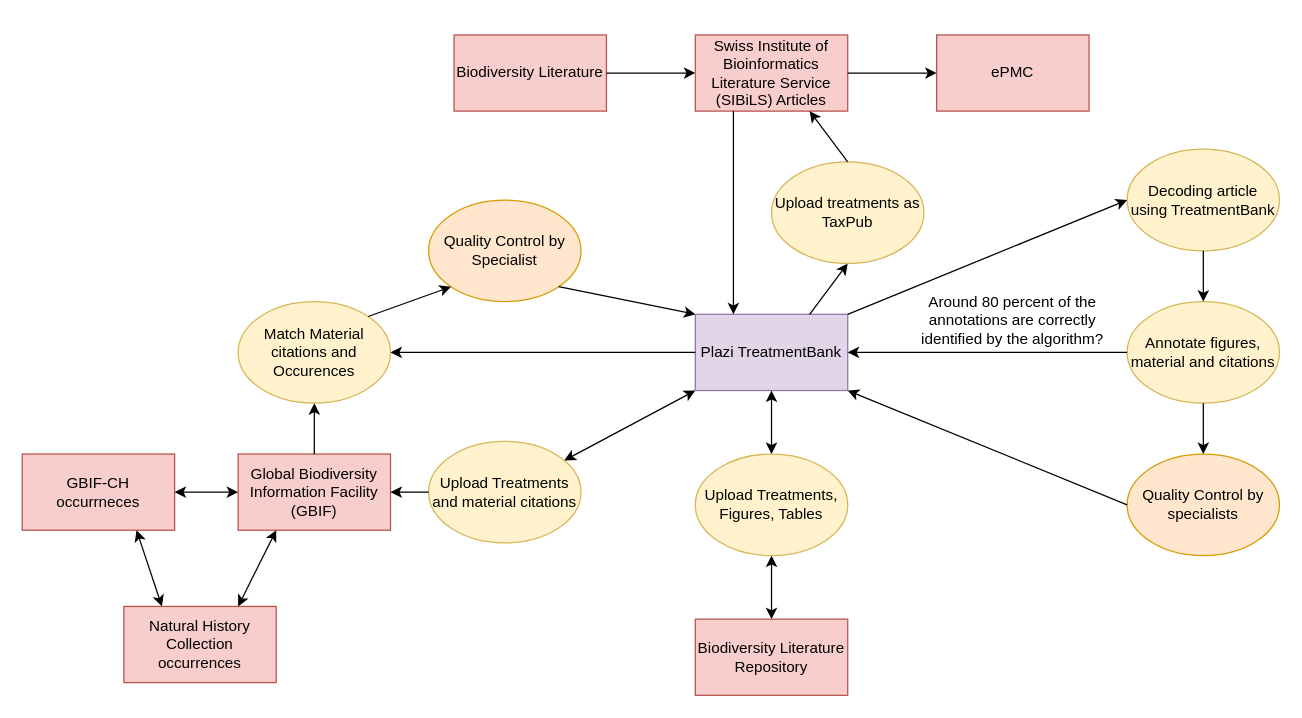
Before: Untitled Diagram.drawio in Sandervdbogaert/Sandervdbogaert, a draw.io diagram. Source tidied: cells renumbered, new cells numbered last; positions are measured from the earlier drawing's top-left corner, leaving out a move shared by most shapes. Both pictures are drawn from the tidied source at 127%, with x=0, y=0 at pixel (22, 34).
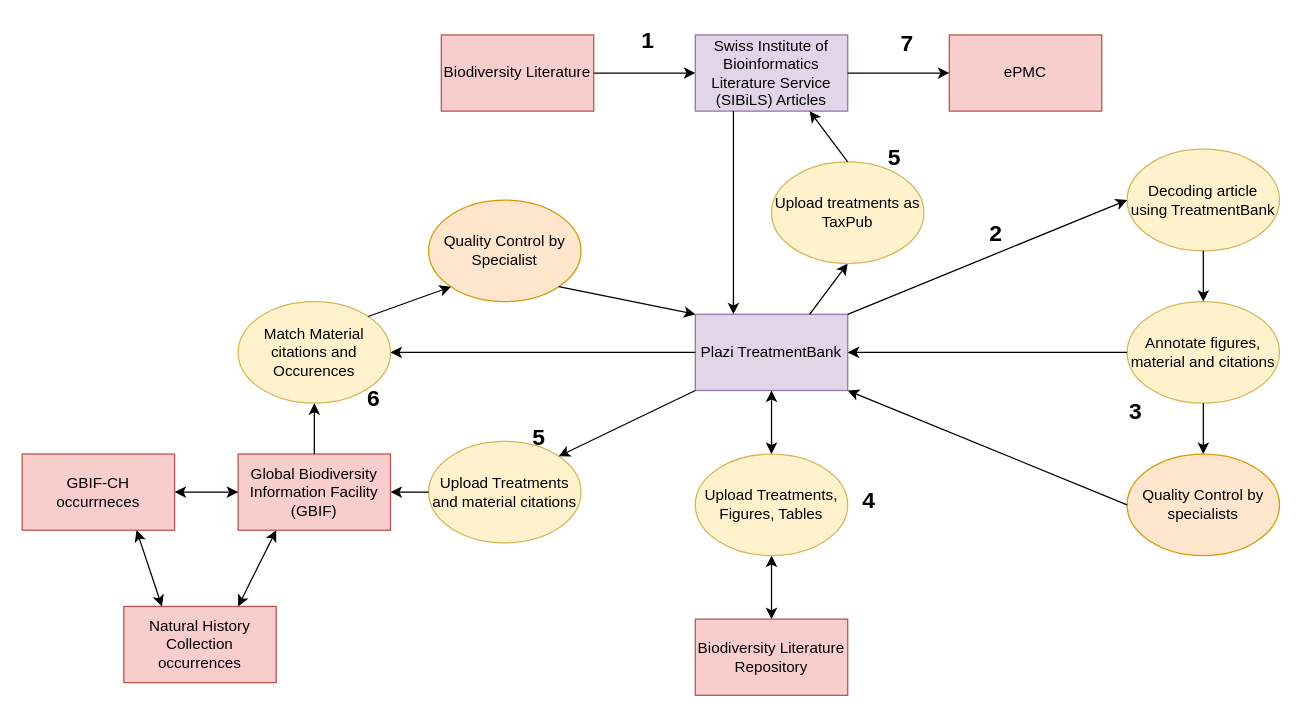
The same diagram, later.

Unchanged cells that the change refers to:
```xml
<mxCell id="5" value="Plazi TreatmentBank" style="rounded=0;whiteSpace=wrap;html=1;sketch=0;fillColor=#e1d5e7;strokeColor=#9673a6;" parent="1" vertex="1">
  <mxGeometry x="530" y="220" width="120" height="60" as="geometry" />
</mxCell>
<mxCell id="23" value="Upload Treatments and material citations" style="ellipse;whiteSpace=wrap;html=1;rounded=0;sketch=0;fillColor=#fff2cc;strokeColor=#d6b656;" parent="1" vertex="1">
  <mxGeometry x="320" y="320" width="120" height="80" as="geometry" />
</mxCell>
```

Diff of the diagram source:
```diff
@@
     <mxCell id="2" value="Biodiversity Literature" style="rounded=0;whiteSpace=wrap;sketch=0;html=1;fillColor=#f8cecc;strokeColor=#b85450;" parent="1" vertex="1">
-      <mxGeometry x="340" width="120" height="60" as="geometry" />
+      <mxGeometry x="330" width="120" height="60" as="geometry" />
     </mxCell>
@@
-    <mxCell id="4" value="Swiss Institute of Bioinformatics Literature Service&lt;br&gt;&lt;div&gt;(SIBiLS) Articles&lt;/div&gt;" style="rounded=0;whiteSpace=wrap;html=1;sketch=0;fillColor=#f8cecc;strokeColor=#b85450;" parent="1" vertex="1">
+    <mxCell id="4" value="Swiss Institute of Bioinformatics Literature Service&lt;br&gt;&lt;div&gt;(SIBiLS) Articles&lt;/div&gt;" style="rounded=0;whiteSpace=wrap;html=1;sketch=0;fillColor=#e1d5e7;strokeColor=#9673a6;" parent="1" vertex="1">
       <mxGeometry x="530" width="120" height="60" as="geometry" />
     </mxCell>
@@
-    <mxCell id="16" value="&lt;div&gt;Around 80 percent of the annotations are correctly identified by the algorithm?&lt;/div&gt;" style="text;html=1;strokeColor=none;fillColor=none;align=center;verticalAlign=middle;whiteSpace=wrap;rounded=0;sketch=0;" parent="1" vertex="1">
-      <mxGeometry x="700" y="210" width="160" height="30" as="geometry" />
-    </mxCell>
@@
-    <mxCell id="25" style="endArrow=classic;startArrow=classic;html=1;rounded=0;entryX=0;entryY=1;entryDx=0;entryDy=0;" parent="1" edge="1" source="23" target="5">
-      <mxGeometry relative="1" as="geometry" />
-    </mxCell>
@@
     <mxCell id="33" value="&lt;div&gt;ePMC&lt;/div&gt;" style="rounded=0;whiteSpace=wrap;html=1;sketch=0;fillColor=#f8cecc;strokeColor=#b85450;" parent="1" vertex="1">
-      <mxGeometry x="720" width="120" height="60" as="geometry" />
+      <mxGeometry x="730" width="120" height="60" as="geometry" />
     </mxCell>
@@
+    <mxCell id="40" style="endArrow=classic;html=1;rounded=0;entryX=1;entryY=0;entryDx=0;entryDy=0;" parent="1" edge="1" target="23">
+      <mxGeometry relative="1" as="geometry">
+        <mxPoint x="530" y="280" as="sourcePoint" />
+      </mxGeometry>
+    </mxCell>
+    <mxCell id="41" value="&lt;b&gt;&lt;font style=&quot;font-size: 18px&quot;&gt;1&lt;/font&gt;&lt;/b&gt;" style="text;html=1;strokeColor=none;fillColor=none;align=center;verticalAlign=middle;whiteSpace=wrap;rounded=0;" parent="1" vertex="1">
+      <mxGeometry x="463" y="-10" width="60" height="30" as="geometry" />
+    </mxCell>
+    <mxCell id="42" value="&lt;div&gt;&lt;b&gt;2&lt;/b&gt;&lt;br&gt;&lt;/div&gt;" style="text;whiteSpace=wrap;html=1;fontSize=18;" parent="1" vertex="1">
+      <mxGeometry x="760" y="140" width="40" height="40" as="geometry" />
+    </mxCell>
+    <mxCell id="43" value="&lt;b&gt;3&lt;/b&gt;" style="text;whiteSpace=wrap;html=1;fontSize=18;" parent="1" vertex="1">
+      <mxGeometry x="870" y="280" width="40" height="40" as="geometry" />
+    </mxCell>
+    <mxCell id="44" value="&lt;b&gt;4&lt;/b&gt;" style="text;whiteSpace=wrap;html=1;fontSize=18;" parent="1" vertex="1">
+      <mxGeometry x="660" y="350" width="40" height="40" as="geometry" />
+    </mxCell>
+    <mxCell id="45" value="&lt;b&gt;5&lt;/b&gt;" style="text;whiteSpace=wrap;html=1;fontSize=18;" parent="1" vertex="1">
+      <mxGeometry x="400" y="300" width="40" height="40" as="geometry" />
+    </mxCell>
+    <mxCell id="46" value="&lt;b&gt;6&lt;/b&gt;" style="text;whiteSpace=wrap;html=1;fontSize=18;" parent="1" vertex="1">
+      <mxGeometry x="270" y="270" width="40" height="40" as="geometry" />
+    </mxCell>
+    <mxCell id="47" value="&lt;b&gt;5&lt;/b&gt;" style="text;whiteSpace=wrap;html=1;fontSize=18;" parent="1" vertex="1">
+      <mxGeometry x="680" y="80" width="40" height="40" as="geometry" />
+    </mxCell>
+    <mxCell id="48" value="&lt;b&gt;7&lt;/b&gt;" style="text;whiteSpace=wrap;html=1;fontSize=18;" parent="1" vertex="1">
+      <mxGeometry x="690" y="-10" width="40" height="40" as="geometry" />
+    </mxCell>
```
